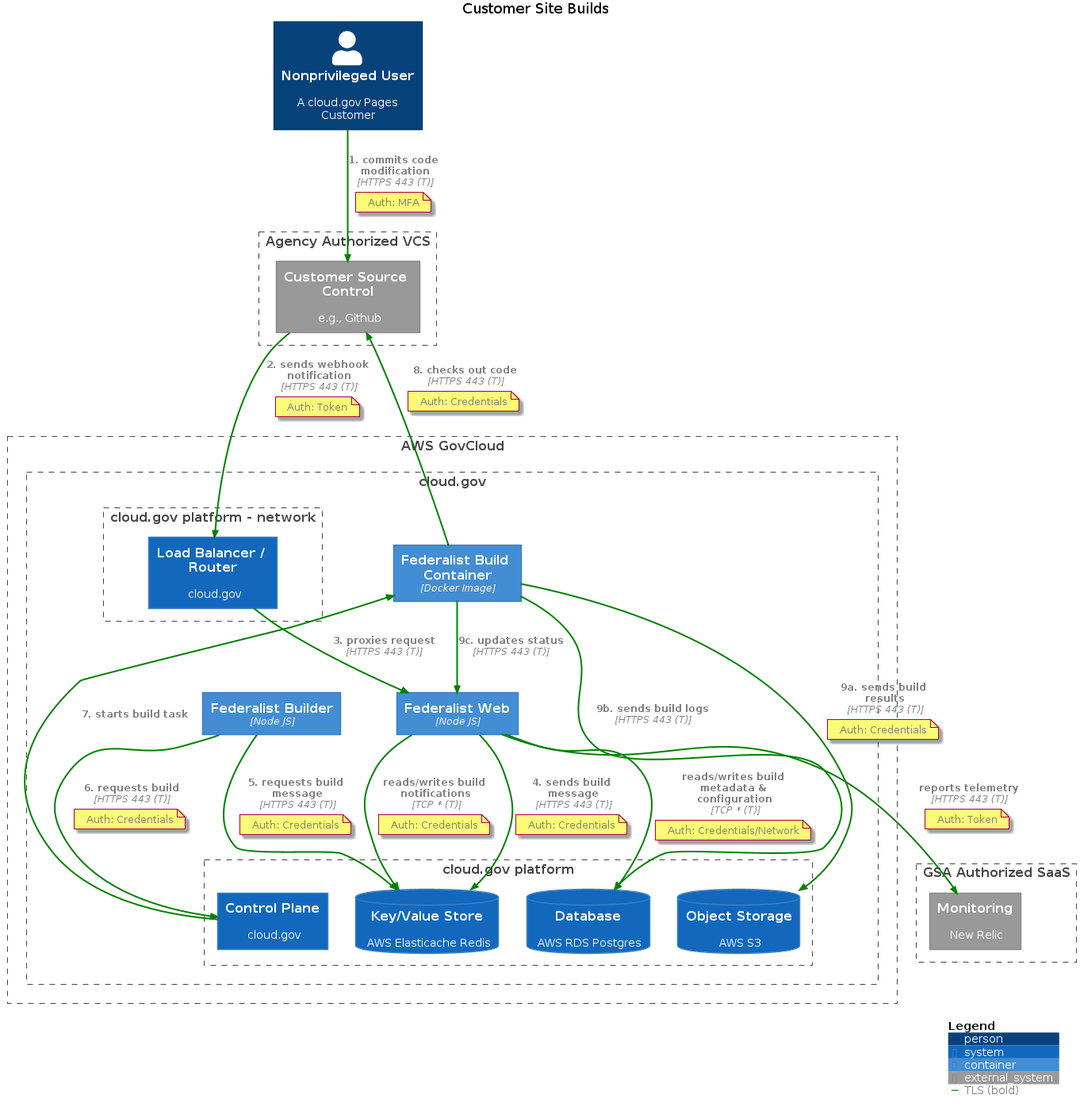
Above: out/diagrams/pages/builds.png in cloud-gov/system-diagrams (PlantUML), before the change.
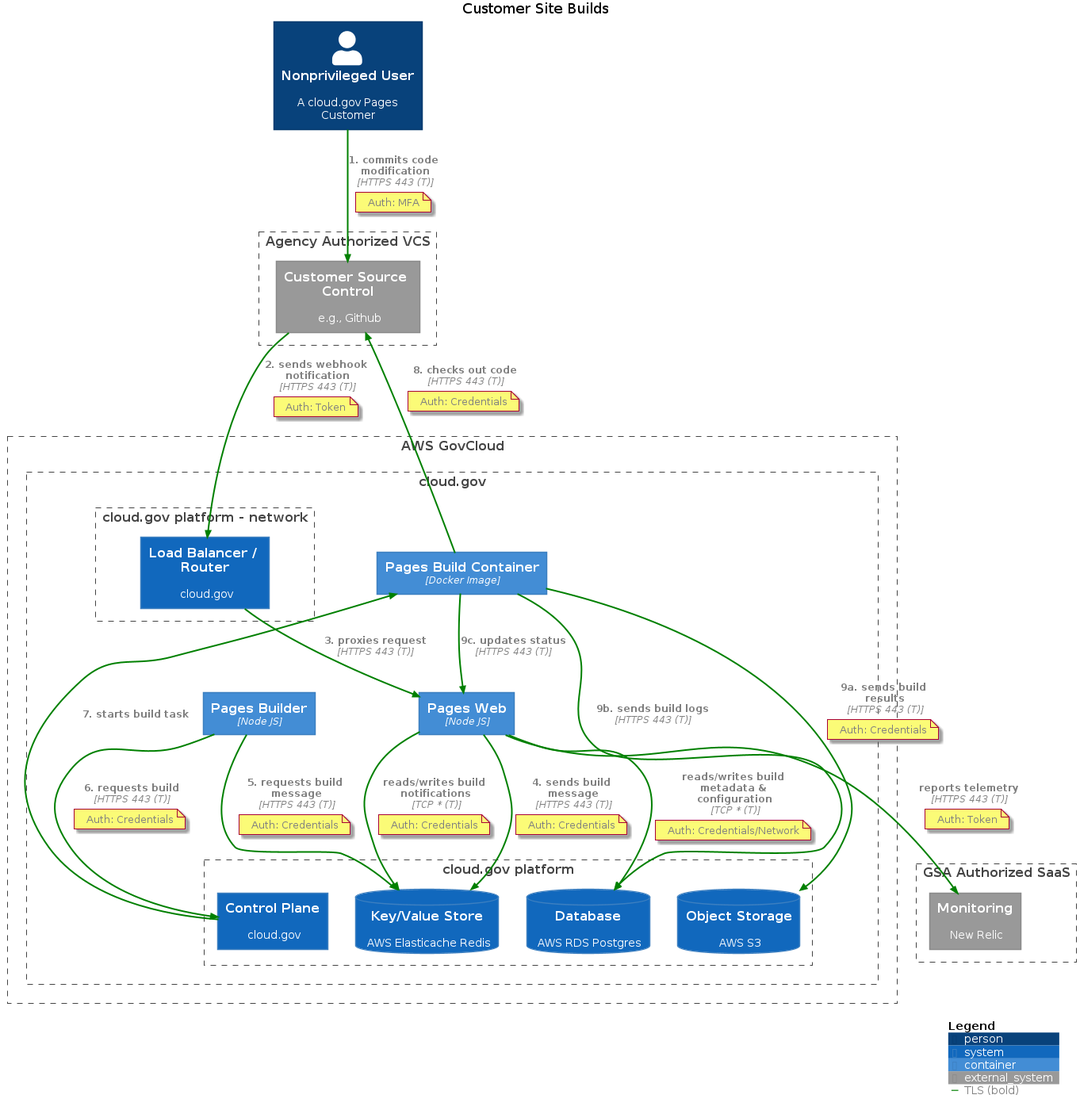
The same file after the commit.

Commit message:
Update Federalist to Pages

What changed in the source:
```diff
@@ -17,9 +17,9 @@
 
 Boundary(awsgov, "AWS GovCloud") {
   Boundary(cloudgov, "cloud.gov") {
-    Container(core, "Federalist Web", "Node JS")
-    Container(builder, "Federalist Builder", "Node JS")
-    Container(build, "Federalist Build Container", "Docker Image")
+    Container(core, "Pages Web", "Node JS")
+    Container(builder, "Pages Builder", "Node JS")
+    Container(build, "Pages Build Container", "Docker Image")
     Boundary(cloudgovnetwork, "cloud.gov platform - network") {
       System(elb, "Load Balancer / Router", "cloud.gov")
     }
```
